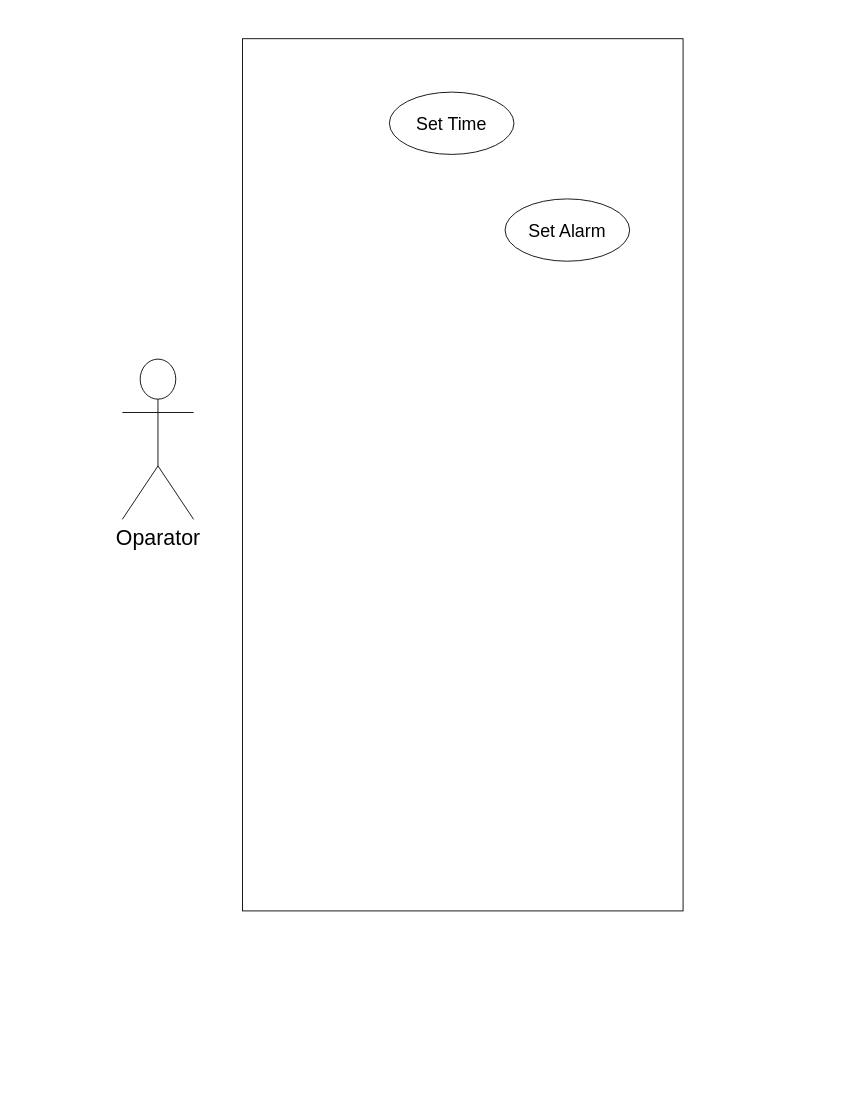
Before: use case.drawio in nishanshashintha1996/Diagrams-Repo, a draw.io diagram. Source tidied: cells renumbered, new cells numbered last; positions are measured from the earlier drawing's top-left corner, leaving out a move shared by most shapes. Both pictures are drawn from the tidied source at 89%, with x=0, y=0 at pixel (122, 38).
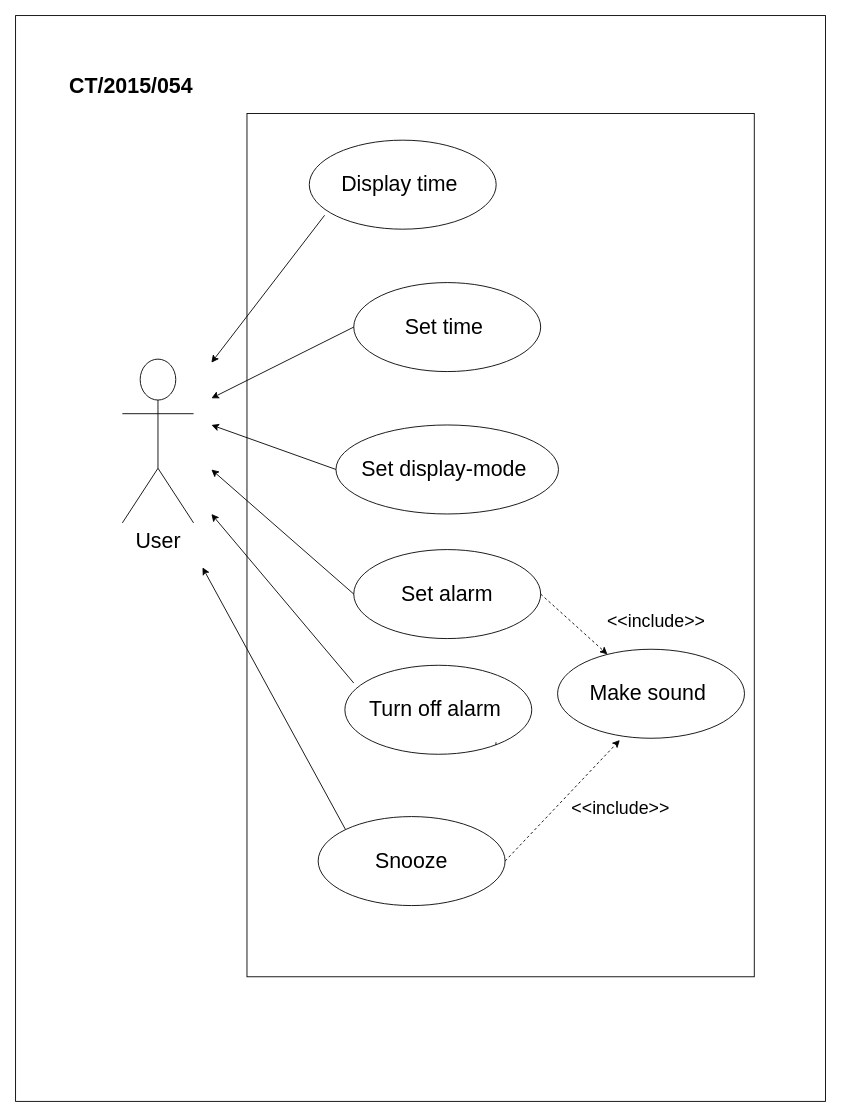
The same page after the edit.

Change to the diagram source:
```diff
@@
+    <mxCell id="6" style="rounded=0;whiteSpace=wrap;html=1;" parent="1" vertex="1">
+      <mxGeometry x="-120" y="-26" width="910" height="1220" as="geometry" />
+    </mxCell>
-    <mxCell id="2" value="&lt;font style=&quot;font-size: 24px&quot;&gt;Oparator&lt;/font&gt;" style="shape=umlActor;html=1;verticalLabelPosition=bottom;verticalAlign=top;align=center;" parent="1" vertex="1">
-      <mxGeometry y="360" width="80" height="180" as="geometry" />
+    <mxCell id="2" value="&lt;font style=&quot;font-size: 24px&quot;&gt;User&lt;/font&gt;" style="shape=umlActor;html=1;verticalLabelPosition=bottom;verticalAlign=top;align=center;" parent="1" vertex="1">
+      <mxGeometry y="360" width="80" height="184" as="geometry" />
     </mxCell>
-    <mxCell id="3" style="rounded=0;whiteSpace=wrap;html=1;" parent="1" vertex="1">
-      <mxGeometry x="135" width="495" height="980" as="geometry" />
-    </mxCell>
-    <mxCell id="4" value="&lt;font style=&quot;font-size: 20px&quot;&gt;Set Time&lt;/font&gt;" style="ellipse;whiteSpace=wrap;html=1;" parent="1" vertex="1">
-      <mxGeometry x="300" y="60" width="140" height="70" as="geometry" />
-    </mxCell>
-    <mxCell id="5" value="&lt;font style=&quot;font-size: 20px&quot;&gt;Set Alarm&lt;/font&gt;" style="ellipse;whiteSpace=wrap;html=1;" parent="1" vertex="1">
-      <mxGeometry x="430" y="180" width="140" height="70" as="geometry" />
-    </mxCell>
+    <mxCell id="7" style="endArrow=none;dashed=1;html=1;entryX=0.568;entryY=-0.004;entryDx=0;entryDy=0;entryPerimeter=0;" parent="1" edge="1">
+      <mxGeometry relative="1" as="geometry">
+        <mxPoint x="419.8" y="790.5" as="sourcePoint" />
+        <mxPoint x="419.7" y="793.7" as="targetPoint" />
+      </mxGeometry>
+    </mxCell>
+    <mxCell id="8" style="rounded=0;whiteSpace=wrap;html=1;fillColor=none;" parent="1" vertex="1">
+      <mxGeometry x="140" y="84" width="570" height="970" as="geometry" />
+    </mxCell>
+    <mxCell id="9" value="&lt;div&gt;&lt;font style=&quot;font-size: 24px&quot;&gt;Display time&amp;nbsp;&lt;/font&gt;&lt;/div&gt;" style="ellipse;whiteSpace=wrap;html=1;fillColor=none;" parent="1" vertex="1">
+      <mxGeometry x="210" y="114" width="210" height="100" as="geometry" />
+    </mxCell>
+    <mxCell id="10" value="&lt;div&gt;&lt;font style=&quot;font-size: 24px&quot;&gt;Set time&amp;nbsp;&lt;/font&gt;&lt;/div&gt;" style="ellipse;whiteSpace=wrap;html=1;fillColor=none;" parent="1" vertex="1">
+      <mxGeometry x="260" y="274" width="210" height="100" as="geometry" />
+    </mxCell>
+    <mxCell id="11" value="&lt;div&gt;&lt;font style=&quot;font-size: 24px&quot;&gt;Set display-mode&amp;nbsp;&lt;/font&gt;&lt;/div&gt;" style="ellipse;whiteSpace=wrap;html=1;fillColor=none;" parent="1" vertex="1">
+      <mxGeometry x="240" y="434" width="250" height="100" as="geometry" />
+    </mxCell>
+    <mxCell id="12" value="&lt;div&gt;&lt;font style=&quot;font-size: 24px&quot;&gt;Set alarm&lt;/font&gt;&lt;/div&gt;" style="ellipse;whiteSpace=wrap;html=1;fillColor=none;" parent="1" vertex="1">
+      <mxGeometry x="260" y="574" width="210" height="100" as="geometry" />
+    </mxCell>
+    <mxCell id="13" style="endArrow=classic;html=1;exitX=0.082;exitY=0.844;exitDx=0;exitDy=0;exitPerimeter=0;" parent="1" edge="1" source="9">
+      <mxGeometry relative="1" as="geometry">
+        <mxPoint x="100" y="364" as="targetPoint" />
+      </mxGeometry>
+    </mxCell>
+    <mxCell id="14" style="endArrow=classic;html=1;exitX=0;exitY=0.5;exitDx=0;exitDy=0;" parent="1" edge="1" source="10">
+      <mxGeometry relative="1" as="geometry">
+        <mxPoint x="100" y="404" as="targetPoint" />
+      </mxGeometry>
+    </mxCell>
+    <mxCell id="15" style="endArrow=classic;html=1;exitX=0;exitY=0.5;exitDx=0;exitDy=0;" parent="1" edge="1" source="11">
+      <mxGeometry relative="1" as="geometry">
+        <mxPoint x="100" y="434" as="targetPoint" />
+      </mxGeometry>
+    </mxCell>
+    <mxCell id="16" style="endArrow=classic;html=1;exitX=0;exitY=0.5;exitDx=0;exitDy=0;" parent="1" edge="1" source="12">
+      <mxGeometry relative="1" as="geometry">
+        <mxPoint x="100" y="484" as="targetPoint" />
+      </mxGeometry>
+    </mxCell>
+    <mxCell id="17" value="&lt;div&gt;&lt;font style=&quot;font-size: 24px&quot;&gt;Turn off alarm&amp;nbsp;&lt;/font&gt;&lt;/div&gt;" style="ellipse;whiteSpace=wrap;html=1;fillColor=none;" parent="1" vertex="1">
+      <mxGeometry x="250" y="704" width="210" height="100" as="geometry" />
+    </mxCell>
+    <mxCell id="18" value="&lt;div&gt;&lt;font style=&quot;font-size: 24px&quot;&gt;Snooze&lt;/font&gt;&lt;/div&gt;" style="ellipse;whiteSpace=wrap;html=1;fillColor=none;" parent="1" vertex="1">
+      <mxGeometry x="220" y="874" width="210" height="100" as="geometry" />
+    </mxCell>
+    <mxCell id="19" style="endArrow=classic;html=1;exitX=0;exitY=0.5;exitDx=0;exitDy=0;" parent="1" edge="1">
+      <mxGeometry relative="1" as="geometry">
+        <mxPoint x="260" y="724" as="sourcePoint" />
+        <mxPoint x="100" y="534" as="targetPoint" />
+      </mxGeometry>
+    </mxCell>
+    <mxCell id="20" value="&lt;div&gt;&lt;font style=&quot;font-size: 24px&quot;&gt;Make sound&amp;nbsp;&lt;/font&gt;&lt;/div&gt;" style="ellipse;whiteSpace=wrap;html=1;fillColor=none;" parent="1" vertex="1">
+      <mxGeometry x="489" y="686" width="210" height="100" as="geometry" />
+    </mxCell>
+    <mxCell id="21" style="endArrow=classic;html=1;dashed=1;exitX=1;exitY=0.5;exitDx=0;exitDy=0;" parent="1" edge="1" source="12" target="20">
+      <mxGeometry relative="1" as="geometry" />
+    </mxCell>
+    <mxCell id="22" style="endArrow=classic;html=1;dashed=1;exitX=1;exitY=0.5;exitDx=0;exitDy=0;entryX=0.333;entryY=1.02;entryDx=0;entryDy=0;entryPerimeter=0;" parent="1" edge="1" source="18" target="20">
+      <mxGeometry relative="1" as="geometry" />
+    </mxCell>
+    <mxCell id="23" value="&lt;font style=&quot;font-size: 20px&quot;&gt;&amp;lt;&amp;lt;include&amp;gt;&amp;gt;&lt;/font&gt;" style="text;html=1;strokeColor=none;fillColor=none;align=center;verticalAlign=middle;whiteSpace=wrap;rounded=0;" parent="1" vertex="1">
+      <mxGeometry x="580" y="644" width="40" height="20" as="geometry" />
+    </mxCell>
+    <mxCell id="24" value="&lt;font style=&quot;font-size: 20px&quot;&gt;&amp;lt;&amp;lt;include&amp;gt;&amp;gt;&lt;/font&gt;" style="text;html=1;strokeColor=none;fillColor=none;align=center;verticalAlign=middle;whiteSpace=wrap;rounded=0;" parent="1" vertex="1">
+      <mxGeometry x="540" y="854" width="40" height="20" as="geometry" />
+    </mxCell>
+    <mxCell id="25" value="&lt;font style=&quot;font-size: 24px&quot;&gt;&lt;b&gt;CT/2015/054&lt;/b&gt;&lt;/font&gt;" style="text;html=1;strokeColor=none;fillColor=none;align=center;verticalAlign=middle;whiteSpace=wrap;rounded=0;" parent="1" vertex="1">
+      <mxGeometry x="-10" y="44" width="40" height="20" as="geometry" />
+    </mxCell>
+    <mxCell id="26" style="endArrow=classic;html=1;exitX=0;exitY=0;exitDx=0;exitDy=0;" parent="1" edge="1" source="18">
+      <mxGeometry relative="1" as="geometry">
+        <mxPoint x="90" y="594" as="targetPoint" />
+      </mxGeometry>
+    </mxCell>
```
